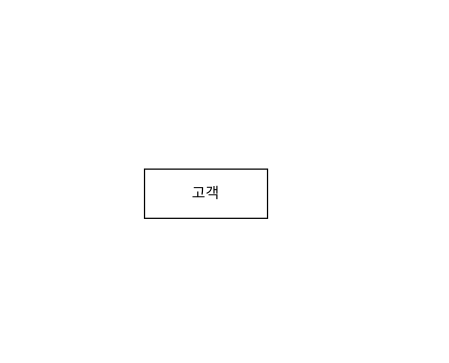
The draw.io diagram erd.drawio in dao9933/ai8erd, before the edit. Source tidied: cells renumbered, new cells numbered last; positions are measured from the earlier drawing's top-left corner, leaving out a move shared by most shapes. Both pictures are drawn from the tidied source at 123%, with x=0, y=0 at pixel (144, 169).
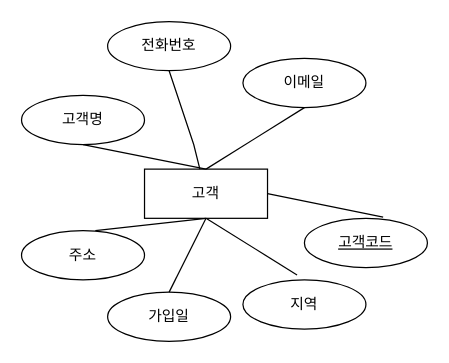
The same diagram, later.

Diff of the diagram source:
```diff
@@
 <mxGraphModel>
   <root>
     <mxCell id="0" />
     <mxCell id="1" parent="0" />
     <mxCell id="2" value="고객" style="whiteSpace=wrap;html=1;align=center;rounded=0;" parent="1" vertex="1">
       <mxGeometry width="100" height="40" as="geometry" />
     </mxCell>
+    <mxCell id="3" value="고객명" style="ellipse;whiteSpace=wrap;html=1;align=center;" parent="1" vertex="1">
+      <mxGeometry x="-100" y="-60" width="100" height="40" as="geometry" />
+    </mxCell>
+    <mxCell id="4" style="endArrow=none;html=1;rounded=0;entryX=0.5;entryY=0;entryDx=0;entryDy=0;" parent="1" edge="1" target="2">
+      <mxGeometry relative="1" as="geometry">
+        <mxPoint x="-50" y="-20" as="sourcePoint" />
+      </mxGeometry>
+    </mxCell>
+    <mxCell id="5" value="이메일" style="ellipse;whiteSpace=wrap;html=1;align=center;" parent="1" vertex="1">
+      <mxGeometry x="80" y="-90" width="100" height="40" as="geometry" />
+    </mxCell>
+    <mxCell id="6" value="지역" style="ellipse;whiteSpace=wrap;html=1;align=center;" parent="1" vertex="1">
+      <mxGeometry x="80" y="90" width="100" height="40" as="geometry" />
+    </mxCell>
+    <mxCell id="7" value="주소" style="ellipse;whiteSpace=wrap;html=1;align=center;" parent="1" vertex="1">
+      <mxGeometry x="-100" y="50" width="100" height="40" as="geometry" />
+    </mxCell>
+    <mxCell id="8" value="전화번호" style="ellipse;whiteSpace=wrap;html=1;align=center;" parent="1" vertex="1">
+      <mxGeometry x="-30" y="-120" width="100" height="40" as="geometry" />
+    </mxCell>
+    <mxCell id="9" style="endArrow=none;html=1;rounded=0;entryX=0.44;entryY=-0.1;entryDx=0;entryDy=0;entryPerimeter=0;exitX=0.5;exitY=1;exitDx=0;exitDy=0;" parent="1" edge="1" source="2" target="6">
+      <mxGeometry relative="1" as="geometry" />
+    </mxCell>
+    <mxCell id="10" style="endArrow=none;html=1;rounded=0;exitX=0.6;exitY=0;exitDx=0;exitDy=0;exitPerimeter=0;entryX=0.5;entryY=1;entryDx=0;entryDy=0;" parent="1" edge="1" source="7" target="2">
+      <mxGeometry relative="1" as="geometry" />
+    </mxCell>
+    <mxCell id="11" style="endArrow=none;html=1;rounded=0;entryX=0.5;entryY=1;entryDx=0;entryDy=0;exitX=0.5;exitY=0;exitDx=0;exitDy=0;" parent="1" edge="1" source="2" target="5">
+      <mxGeometry relative="1" as="geometry" />
+    </mxCell>
+    <mxCell id="12" style="endArrow=none;html=1;rounded=0;entryX=0.5;entryY=1;entryDx=0;entryDy=0;" parent="1" edge="1" source="2" target="8">
+      <mxGeometry relative="1" as="geometry">
+        <Array as="points">
+          <mxPoint x="40" y="-20" />
+        </Array>
+      </mxGeometry>
+    </mxCell>
+    <mxCell id="13" value="가입일" style="ellipse;whiteSpace=wrap;html=1;align=center;" parent="1" vertex="1">
+      <mxGeometry x="-30" y="100" width="100" height="40" as="geometry" />
+    </mxCell>
+    <mxCell id="14" style="endArrow=none;html=1;rounded=0;entryX=0.5;entryY=0;entryDx=0;entryDy=0;exitX=0.5;exitY=1;exitDx=0;exitDy=0;" parent="1" edge="1" source="2" target="13">
+      <mxGeometry relative="1" as="geometry" />
+    </mxCell>
+    <mxCell id="15" value="고객코드" style="ellipse;whiteSpace=wrap;html=1;align=center;fontStyle=4;" parent="1" vertex="1">
+      <mxGeometry x="130" y="40" width="100" height="40" as="geometry" />
+    </mxCell>
+    <mxCell id="16" style="endArrow=none;html=1;rounded=0;entryX=0.64;entryY=-0.025;entryDx=0;entryDy=0;entryPerimeter=0;exitX=1;exitY=0.5;exitDx=0;exitDy=0;" parent="1" edge="1" source="2" target="15">
+      <mxGeometry relative="1" as="geometry" />
+    </mxCell>
   </root>
 </mxGraphModel>
```
